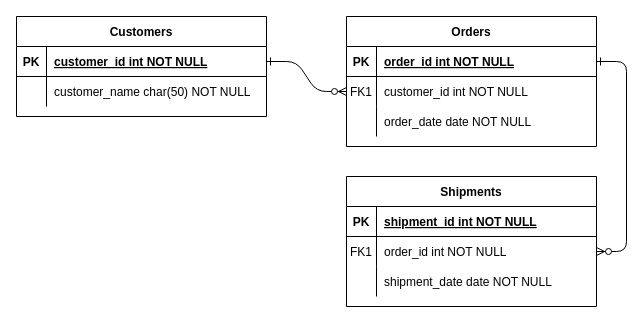
The draw.io diagram SQL基礎.drawio in koukihirama/project, before the edit. Source tidied: cells renumbered, new cells numbered last; positions are measured from the earlier drawing's top-left corner, leaving out a move shared by most shapes. Both pictures are drawn from the tidied source at 100%, with x=0, y=0 at pixel (16, 16).
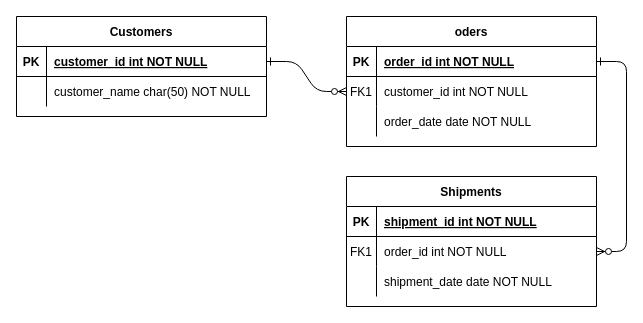
The same diagram, later.

Commit message:
SQL基礎.drawio を更新します

What changed in the source:
```diff
@@
-    <mxCell id="4" value="Orders" style="shape=table;startSize=30;childLayout=tableLayout;rowLines=0;fontStyle=1;align=center;" parent="1" vertex="1">
+    <mxCell id="4" value="oders" style="shape=table;startSize=30;childLayout=tableLayout;rowLines=0;fontStyle=1;align=center;" parent="1" vertex="1">
       <mxGeometry x="330" width="250" height="130" as="geometry" />
     </mxCell>
```
